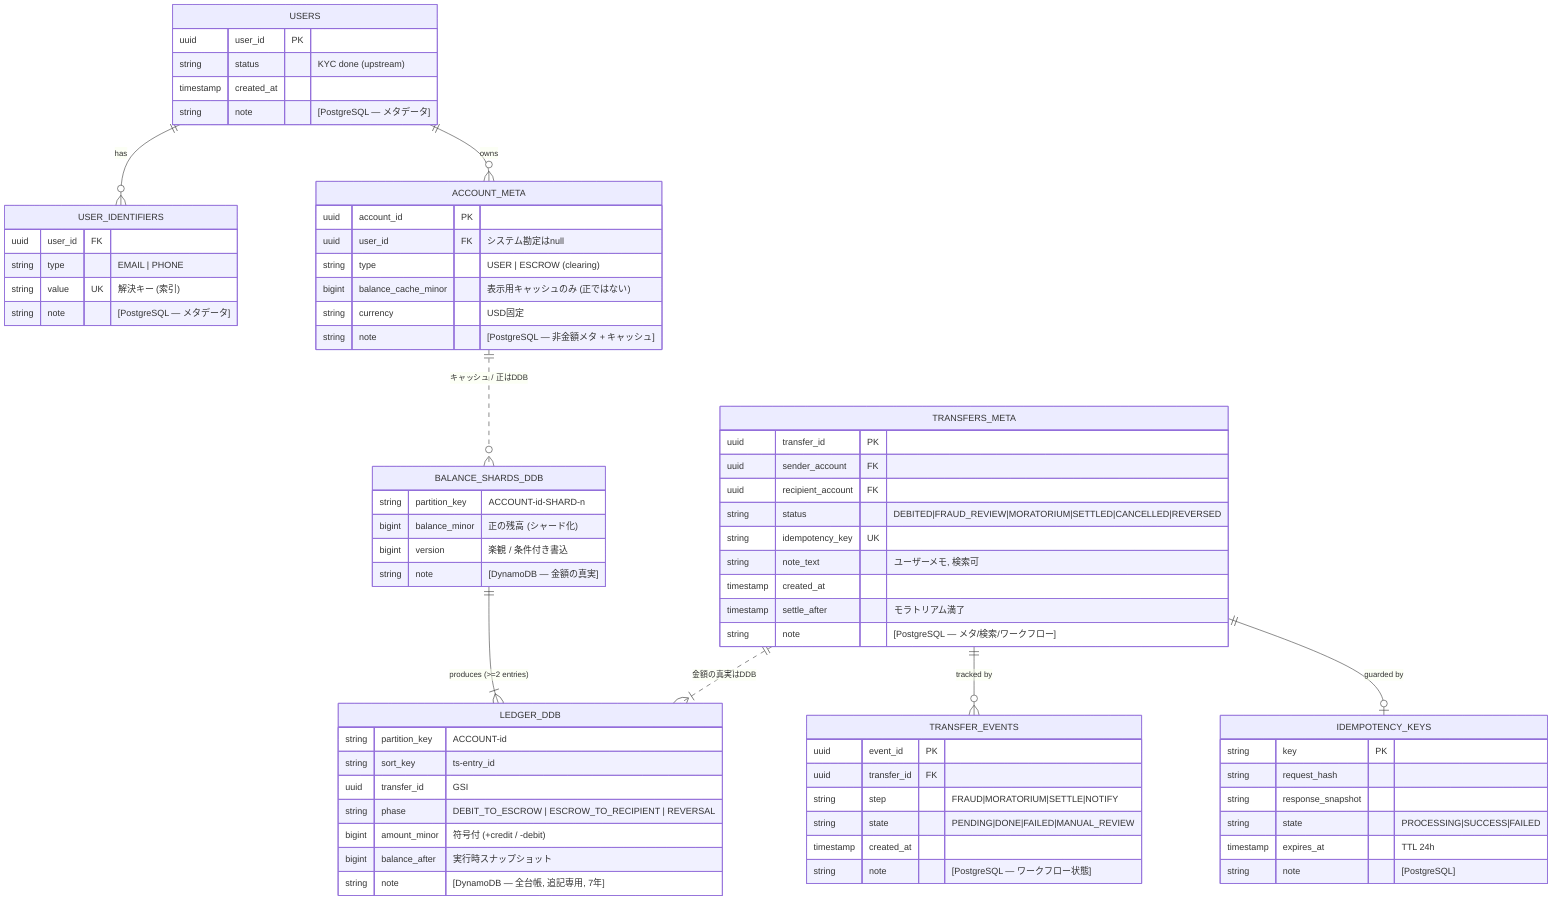
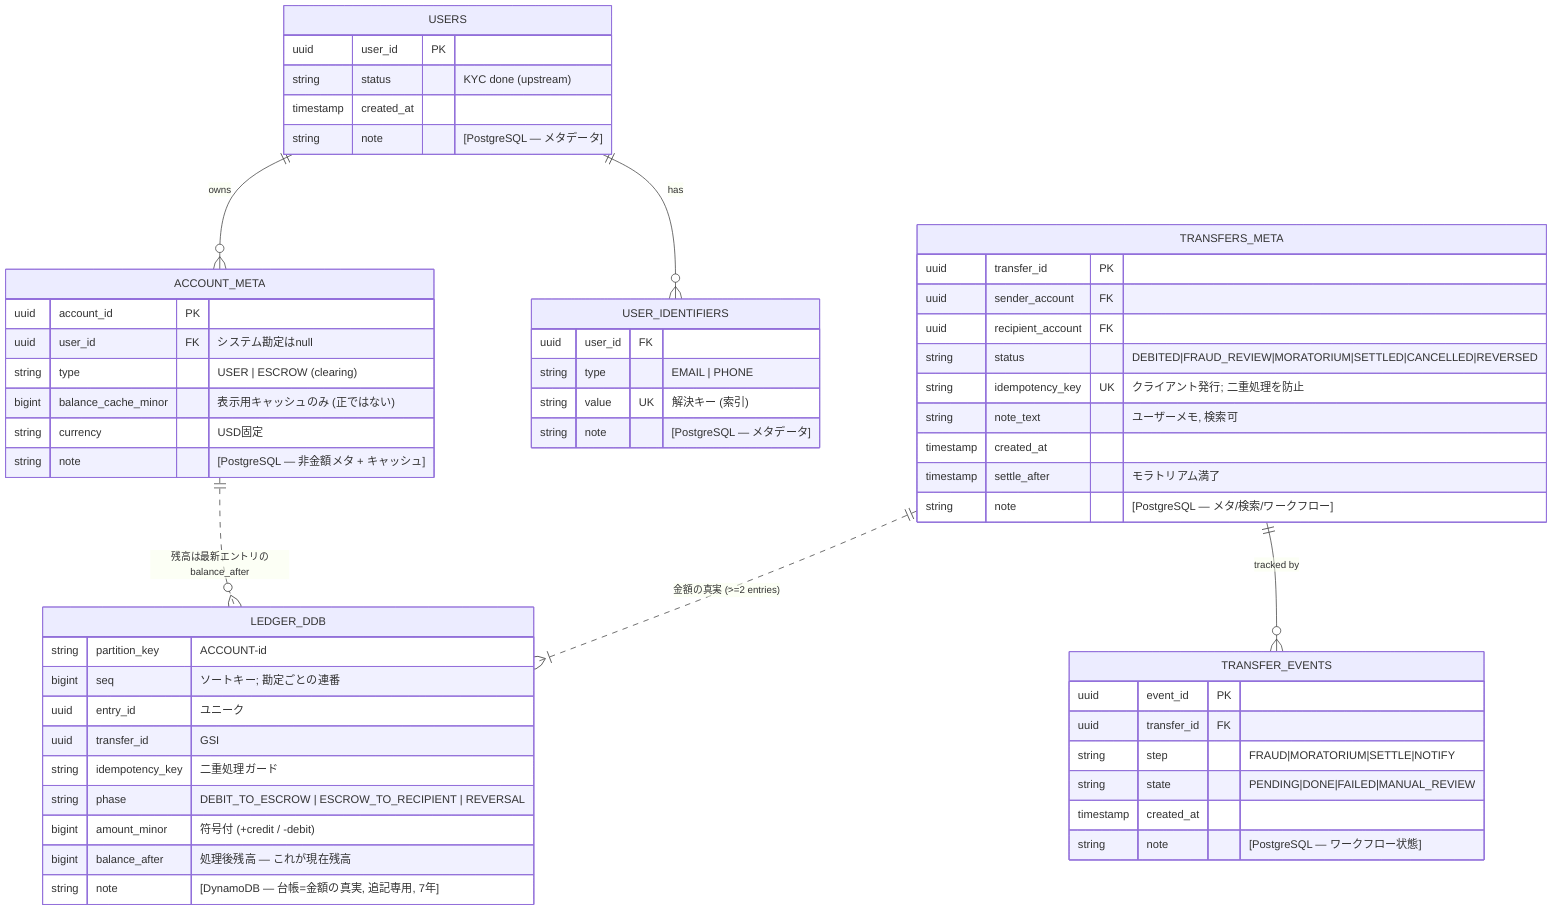
erDiagram
    USERS ||--o{ ACCOUNT_META : "owns"
    USERS ||--o{ USER_IDENTIFIERS : "has"
-     ACCOUNT_META ||..o{ BALANCE_SHARDS_DDB : "キャッシュ / 正はDDB"
-     TRANSFERS_META ||--o| IDEMPOTENCY_KEYS : "guarded by"
+     ACCOUNT_META ||..o{ LEDGER_DDB : "残高は最新エントリのbalance_after"
    TRANSFERS_META ||--o{ TRANSFER_EVENTS : "tracked by"
-     TRANSFERS_META ||..|{ LEDGER_DDB : "金額の真実はDDB"
-     BALANCE_SHARDS_DDB ||--|{ LEDGER_DDB : "produces (>=2 entries)"
+     TRANSFERS_META ||..|{ LEDGER_DDB : "金額の真実 (>=2 entries)"

    USERS {
        uuid user_id PK
        string status "KYC done (upstream)"
        timestamp created_at
        string note "[PostgreSQL — メタデータ]"
    }

    USER_IDENTIFIERS {
        uuid user_id FK
        string type "EMAIL | PHONE"
        string value UK "解決キー (索引)"
        string note "[PostgreSQL — メタデータ]"
    }

    ACCOUNT_META {
        uuid account_id PK
        uuid user_id FK "システム勘定はnull"
        string type "USER | ESCROW (clearing)"
        bigint balance_cache_minor "表示用キャッシュのみ (正ではない)"
        string currency "USD固定"
        string note "[PostgreSQL — 非金額メタ + キャッシュ]"
    }

    TRANSFERS_META {
        uuid transfer_id PK
        uuid sender_account FK
        uuid recipient_account FK
        string status "DEBITED|FRAUD_REVIEW|MORATORIUM|SETTLED|CANCELLED|REVERSED"
-         string idempotency_key UK
+         string idempotency_key UK "クライアント発行; 二重処理を防止"
        string note_text "ユーザーメモ, 検索可"
        timestamp created_at
        timestamp settle_after "モラトリアム満了"
        string note "[PostgreSQL — メタ/検索/ワークフロー]"
    }

    TRANSFER_EVENTS {
        uuid event_id PK
        uuid transfer_id FK
        string step "FRAUD|MORATORIUM|SETTLE|NOTIFY"
        string state "PENDING|DONE|FAILED|MANUAL_REVIEW"
        timestamp created_at
        string note "[PostgreSQL — ワークフロー状態]"
    }

-     IDEMPOTENCY_KEYS {
-         string key PK
-         string request_hash
-         string response_snapshot
-         string state "PROCESSING|SUCCESS|FAILED"
-         timestamp expires_at "TTL 24h"
-         string note "[PostgreSQL]"
-     }
- 
-     BALANCE_SHARDS_DDB {
-         string partition_key "ACCOUNT-id-SHARD-n"
-         bigint balance_minor "正の残高 (シャード化)"
-         bigint version "楽観 / 条件付き書込"
-         string note "[DynamoDB — 金額の真実]"
-     }
- 
    LEDGER_DDB {
        string partition_key "ACCOUNT-id"
-         string sort_key "ts-entry_id"
+         bigint seq "ソートキー; 勘定ごとの連番"
+         uuid entry_id "ユニーク"
        uuid transfer_id "GSI"
+         string idempotency_key "二重処理ガード"
        string phase "DEBIT_TO_ESCROW | ESCROW_TO_RECIPIENT | REVERSAL"
        bigint amount_minor "符号付 (+credit / -debit)"
-         bigint balance_after "実行時スナップショット"
-         string note "[DynamoDB — 全台帳, 追記専用, 7年]"
+         bigint balance_after "処理後残高 — これが現在残高"
+         string note "[DynamoDB — 台帳=金額の真実, 追記専用, 7年]"
    }
